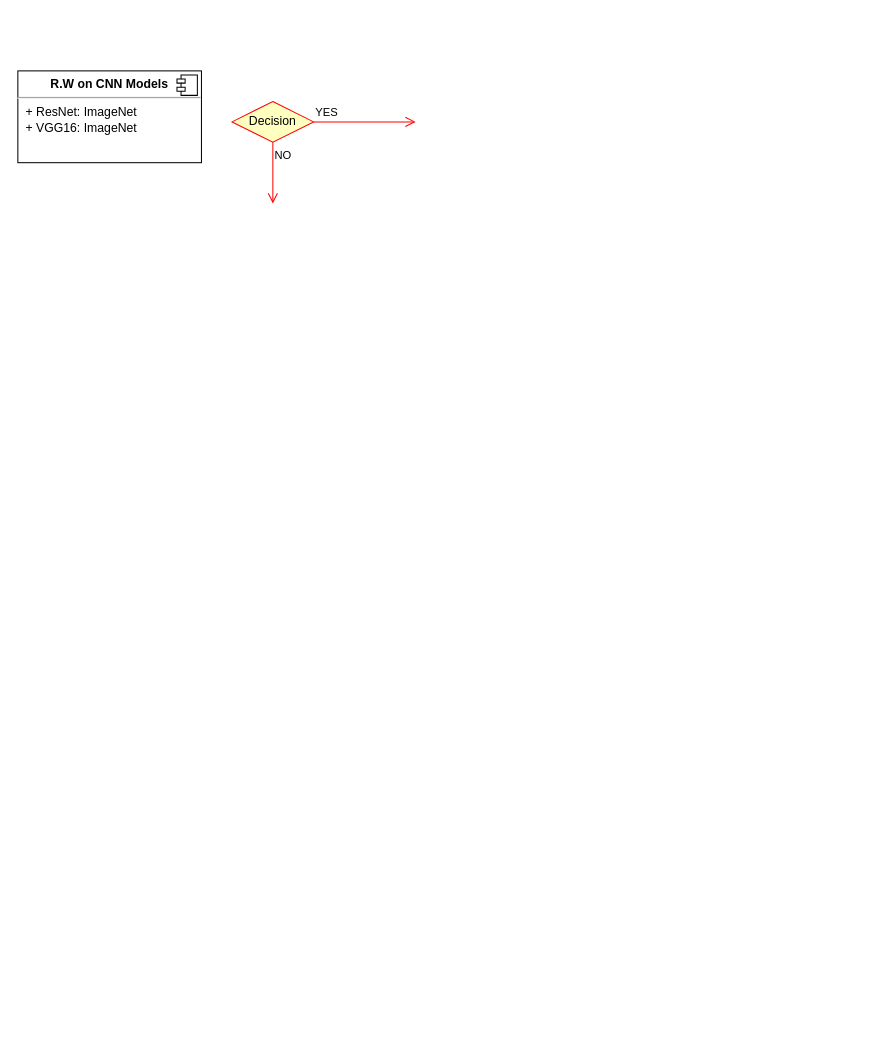
The draw.io diagram Untitled Diagram.drawio in thesaqibmumtaz/Smart_Art, before the edit. Source tidied: cells renumbered, new cells numbered last; positions are measured from the earlier drawing's top-left corner, leaving out a move shared by most shapes. Both pictures are drawn from the tidied source at 102%, with x=0, y=0 at pixel (17, 70).
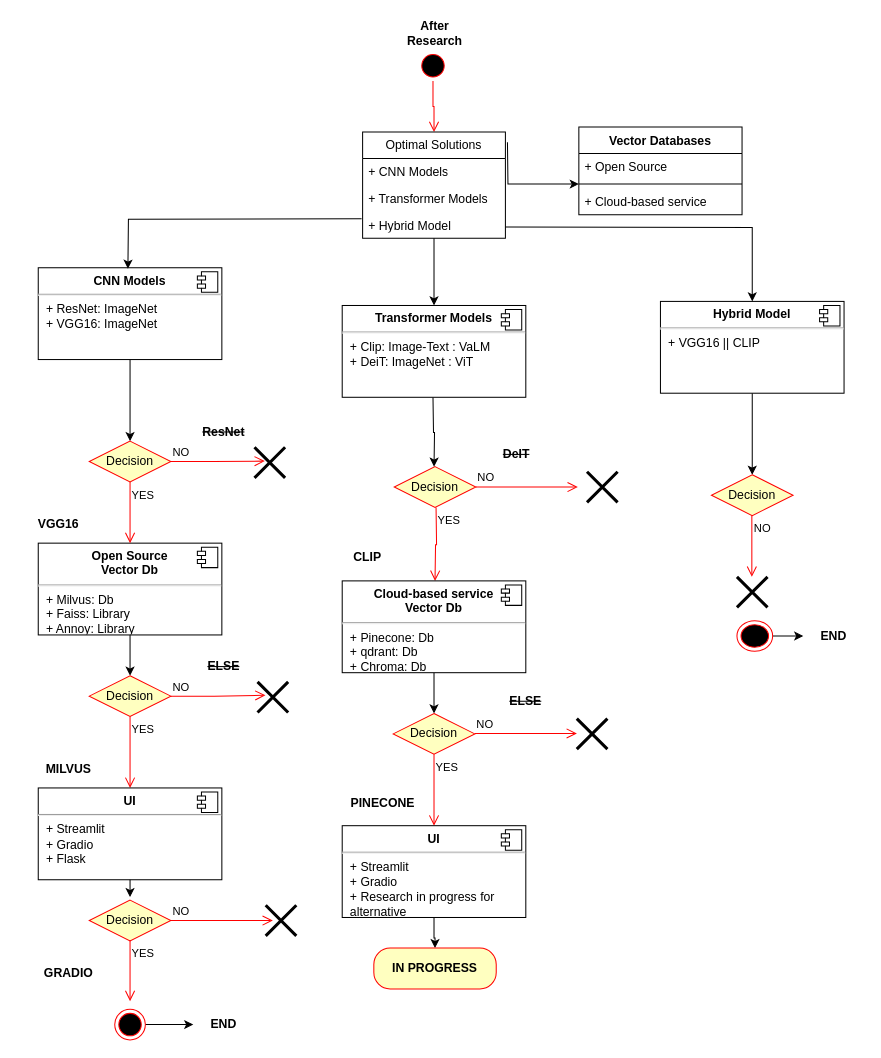
Above is the later version.

What changed in the source:
```diff
@@
+    <mxCell id="7" style="edgeStyle=orthogonalEdgeStyle;rounded=0;jettySize=auto;html=1;exitX=0.5;exitY=1;exitDx=0;exitDy=0;entryX=0.5;entryY=0;entryDx=0;entryDy=0;" parent="1" edge="1" source="2" target="17">
+      <mxGeometry relative="1" as="geometry" />
+    </mxCell>
-    <mxCell id="2" value="&lt;p style=&quot;margin:0px;margin-top:6px;text-align:center;&quot;&gt;&lt;b&gt;R.W on CNN Models&lt;/b&gt;&lt;br&gt;&lt;/p&gt;&lt;hr&gt;&lt;p style=&quot;margin:0px;margin-left:8px;&quot;&gt;+ ResNet: ImageNet&lt;br&gt;+ VGG16: ImageNet&lt;br&gt;&lt;/p&gt;" style="align=left;overflow=fill;html=1;whiteSpace=wrap;" parent="1" vertex="1">
-      <mxGeometry width="180" height="90" as="geometry" />
+    <mxCell id="2" value="&lt;p style=&quot;margin:0px;margin-top:6px;text-align:center;&quot;&gt;&lt;b&gt;CNN Models&lt;/b&gt;&lt;br&gt;&lt;/p&gt;&lt;hr&gt;&lt;p style=&quot;margin:0px;margin-left:8px;&quot;&gt;+ ResNet: ImageNet&lt;br&gt;+ VGG16: ImageNet&lt;br&gt;&lt;/p&gt;" style="align=left;overflow=fill;html=1;whiteSpace=wrap;" parent="1" vertex="1">
+      <mxGeometry x="20" y="193" width="180" height="90" as="geometry" />
     </mxCell>
@@
     <mxCell id="4" value="Decision" style="rhombus;whiteSpace=wrap;html=1;fontColor=#000000;fillColor=#ffffc0;strokeColor=#ff0000;" parent="1" vertex="1">
-      <mxGeometry x="210" y="30" width="80" height="40" as="geometry" />
+      <mxGeometry x="369" y="388" width="80" height="40" as="geometry" />
     </mxCell>
-    <mxCell id="5" value="&lt;div&gt;YES&lt;/div&gt;" style="edgeStyle=orthogonalEdgeStyle;html=1;align=left;verticalAlign=bottom;endArrow=open;endSize=8;strokeColor=#ff0000;rounded=0;" parent="1" edge="1" source="4">
+    <mxCell id="5" value="NO" style="edgeStyle=orthogonalEdgeStyle;html=1;align=left;verticalAlign=bottom;endArrow=open;endSize=8;strokeColor=#ff0000;rounded=0;" parent="1" edge="1">
       <mxGeometry x="-1" relative="1" as="geometry">
-        <mxPoint x="390" y="50" as="targetPoint" />
+        <mxPoint x="448.9" y="408" as="sourcePoint" />
+        <mxPoint x="549" y="408" as="targetPoint" />
       </mxGeometry>
     </mxCell>
-    <mxCell id="6" value="&lt;div&gt;NO&lt;/div&gt;" style="edgeStyle=orthogonalEdgeStyle;html=1;align=left;verticalAlign=top;endArrow=open;endSize=8;strokeColor=#ff0000;rounded=0;" parent="1" edge="1" source="4">
+    <mxCell id="6" value="&lt;div&gt;YES&lt;/div&gt;" style="edgeStyle=orthogonalEdgeStyle;html=1;align=left;verticalAlign=top;endArrow=open;endSize=8;strokeColor=#ff0000;rounded=0;entryX=0.5;entryY=0;entryDx=0;entryDy=0;" parent="1" edge="1">
       <mxGeometry x="-1" relative="1" as="geometry">
-        <mxPoint x="250" y="130" as="targetPoint" />
+        <mxPoint x="410" y="428" as="sourcePoint" />
+        <mxPoint x="409" y="500" as="targetPoint" />
       </mxGeometry>
     </mxCell>
+    <mxCell id="8" style="edgeStyle=orthogonalEdgeStyle;rounded=0;jettySize=auto;html=1;entryX=0.5;entryY=0;entryDx=0;entryDy=0;" parent="1" edge="1" source="9" target="11">
+      <mxGeometry relative="1" as="geometry" />
+    </mxCell>
+    <mxCell id="9" value="&lt;p style=&quot;margin:0px;margin-top:6px;text-align:center;&quot;&gt;&lt;b&gt;Open Source&lt;br&gt;Vector Db&lt;/b&gt;&lt;br&gt;&lt;/p&gt;&lt;hr&gt;&lt;p style=&quot;margin:0px;margin-left:8px;&quot;&gt;+ Milvus: Db&lt;/p&gt;&lt;p style=&quot;margin:0px;margin-left:8px;&quot;&gt;+ Faiss: Library&lt;br&gt;+ Annoy: Library&lt;/p&gt;" style="align=left;overflow=fill;html=1;whiteSpace=wrap;" parent="1" vertex="1">
+      <mxGeometry x="20" y="463" width="180" height="90" as="geometry" />
+    </mxCell>
+    <mxCell id="10" style="shape=component;jettyWidth=8;jettyHeight=4;" parent="9" vertex="1">
+      <mxGeometry x="1" width="20" height="20" relative="1" as="geometry">
+        <mxPoint x="-24" y="4" as="offset" />
+      </mxGeometry>
+    </mxCell>
+    <mxCell id="11" value="Decision" style="rhombus;whiteSpace=wrap;html=1;fontColor=#000000;fillColor=#ffffc0;strokeColor=#ff0000;" parent="1" vertex="1">
+      <mxGeometry x="70" y="593" width="80" height="40" as="geometry" />
+    </mxCell>
+    <mxCell id="12" value="NO" style="edgeStyle=orthogonalEdgeStyle;html=1;align=left;verticalAlign=bottom;endArrow=open;endSize=8;strokeColor=#ff0000;rounded=0;entryX=0.259;entryY=0.438;entryDx=0;entryDy=0;entryPerimeter=0;" parent="1" edge="1" source="11" target="45">
+      <mxGeometry x="-1" relative="1" as="geometry" />
+    </mxCell>
+    <mxCell id="13" value="YES" style="edgeStyle=orthogonalEdgeStyle;html=1;align=left;verticalAlign=top;endArrow=open;endSize=8;strokeColor=#ff0000;rounded=0;entryX=0.5;entryY=0;entryDx=0;entryDy=0;" parent="1" edge="1" source="11" target="15">
+      <mxGeometry x="-1" relative="1" as="geometry" />
+    </mxCell>
+    <mxCell id="14" style="edgeStyle=orthogonalEdgeStyle;rounded=0;orthogonalLoop=1;jettySize=auto;html=1;" parent="1" edge="1">
+      <mxGeometry relative="1" as="geometry">
+        <mxPoint x="110" y="792" as="sourcePoint" />
+        <mxPoint x="110" y="810" as="targetPoint" />
+      </mxGeometry>
+    </mxCell>
+    <mxCell id="15" value="&lt;p style=&quot;margin:0px;margin-top:6px;text-align:center;&quot;&gt;&lt;b&gt;UI&lt;/b&gt;&lt;br&gt;&lt;/p&gt;&lt;hr&gt;&lt;p style=&quot;margin:0px;margin-left:8px;&quot;&gt;+ Streamlit&lt;/p&gt;&lt;p style=&quot;margin:0px;margin-left:8px;&quot;&gt;+ Gradio&lt;br&gt;+ Flask&lt;br&gt;&lt;/p&gt;" style="align=left;overflow=fill;html=1;whiteSpace=wrap;" parent="1" vertex="1">
+      <mxGeometry x="20" y="703" width="180" height="90" as="geometry" />
+    </mxCell>
+    <mxCell id="16" style="shape=component;jettyWidth=8;jettyHeight=4;" parent="15" vertex="1">
+      <mxGeometry x="1" width="20" height="20" relative="1" as="geometry">
+        <mxPoint x="-24" y="4" as="offset" />
+      </mxGeometry>
+    </mxCell>
+    <mxCell id="17" value="Decision" style="rhombus;whiteSpace=wrap;html=1;fontColor=#000000;fillColor=#ffffc0;strokeColor=#ff0000;" parent="1" vertex="1">
+      <mxGeometry x="70" y="363" width="80" height="40" as="geometry" />
+    </mxCell>
+    <mxCell id="18" value="NO" style="edgeStyle=orthogonalEdgeStyle;html=1;align=left;verticalAlign=bottom;endArrow=open;endSize=8;strokeColor=#ff0000;rounded=0;entryX=0.338;entryY=0.452;entryDx=0;entryDy=0;entryPerimeter=0;" parent="1" edge="1" source="17" target="44">
+      <mxGeometry x="-1" relative="1" as="geometry" />
+    </mxCell>
+    <mxCell id="19" value="YES" style="edgeStyle=orthogonalEdgeStyle;html=1;align=left;verticalAlign=top;endArrow=open;endSize=8;strokeColor=#ff0000;rounded=0;entryX=0.5;entryY=0;entryDx=0;entryDy=0;" parent="1" edge="1" source="17" target="9">
+      <mxGeometry x="-1" relative="1" as="geometry" />
+    </mxCell>
+    <mxCell id="20" style="ellipse;html=1;shape=startState;fillColor=#000000;strokeColor=#ff0000;" parent="1" vertex="1">
+      <mxGeometry x="392" y="-20" width="30" height="30" as="geometry" />
+    </mxCell>
+    <mxCell id="21" style="edgeStyle=orthogonalEdgeStyle;html=1;verticalAlign=bottom;endArrow=open;endSize=8;strokeColor=#ff0000;rounded=0;entryX=0.5;entryY=0;entryDx=0;entryDy=0;" parent="1" edge="1" source="20" target="23">
+      <mxGeometry relative="1" as="geometry" />
+    </mxCell>
+    <mxCell id="22" style="edgeStyle=orthogonalEdgeStyle;rounded=0;jettySize=auto;html=1;" parent="1" edge="1" source="23" target="34">
+      <mxGeometry relative="1" as="geometry" />
+    </mxCell>
+    <mxCell id="23" value="Optimal Solutions" style="swimlane;fontStyle=0;horizontal=1;startSize=26;fillColor=none;whiteSpace=wrap;html=1;" parent="1" vertex="1">
+      <mxGeometry x="338" y="60" width="140" height="104" as="geometry" />
+    </mxCell>
+    <mxCell id="24" value="&lt;div&gt;+ CNN Models&lt;/div&gt;&lt;div&gt;&lt;br&gt;&lt;/div&gt;&lt;div&gt;&lt;br&gt;&lt;/div&gt;&lt;div&gt;&lt;br&gt;&lt;/div&gt;" style="text;strokeColor=none;fillColor=none;align=left;verticalAlign=top;spacingLeft=4;spacingRight=4;overflow=hidden;whiteSpace=wrap;html=1;" parent="23" vertex="1">
+      <mxGeometry y="26" width="140" height="26" as="geometry" />
+    </mxCell>
+    <mxCell id="25" value="+ Transformer Models" style="text;strokeColor=none;fillColor=none;align=left;verticalAlign=top;spacingLeft=4;spacingRight=4;overflow=hidden;whiteSpace=wrap;html=1;" parent="23" vertex="1">
+      <mxGeometry y="52" width="140" height="26" as="geometry" />
+    </mxCell>
+    <mxCell id="26" value="+ Hybrid Model" style="text;strokeColor=none;fillColor=none;align=left;verticalAlign=top;spacingLeft=4;spacingRight=4;overflow=hidden;whiteSpace=wrap;html=1;" parent="23" vertex="1">
+      <mxGeometry y="78" width="140" height="26" as="geometry" />
+    </mxCell>
+    <mxCell id="27" value="Vector Databases" style="swimlane;fontStyle=1;align=center;verticalAlign=top;horizontal=1;startSize=26;whiteSpace=wrap;html=1;" parent="1" vertex="1">
+      <mxGeometry x="550" y="55" width="160" height="86" as="geometry" />
+    </mxCell>
+    <mxCell id="28" value="+ Open Source" style="text;strokeColor=none;fillColor=none;align=left;verticalAlign=top;spacingLeft=4;spacingRight=4;overflow=hidden;points=[[0,0.5],[1,0.5]];portConstraint=eastwest;whiteSpace=wrap;html=1;" parent="27" vertex="1">
+      <mxGeometry y="26" width="160" height="26" as="geometry" />
+    </mxCell>
+    <mxCell id="29" style="line;strokeWidth=1;fillColor=none;align=left;verticalAlign=middle;spacingTop=-1;spacingLeft=3;spacingRight=3;labelPosition=right;strokeColor=inherit;" parent="27" vertex="1">
+      <mxGeometry y="52" width="160" height="8" as="geometry" />
+    </mxCell>
+    <mxCell id="30" value="&lt;div&gt;+ Cloud-based service&lt;div&gt;&lt;br&gt;&lt;br&gt;&lt;/div&gt;&lt;/div&gt;&lt;div&gt;&lt;br&gt;&lt;/div&gt;" style="text;strokeColor=none;fillColor=none;align=left;verticalAlign=top;spacingLeft=4;spacingRight=4;overflow=hidden;whiteSpace=wrap;html=1;" parent="27" vertex="1">
+      <mxGeometry y="60" width="160" height="26" as="geometry" />
+    </mxCell>
+    <mxCell id="31" style="edgeStyle=orthogonalEdgeStyle;rounded=0;jettySize=auto;html=1;entryX=0;entryY=1.154;entryDx=0;entryDy=0;entryPerimeter=0;" parent="1" edge="1" target="28">
+      <mxGeometry relative="1" as="geometry">
+        <mxPoint x="480" y="70" as="sourcePoint" />
+      </mxGeometry>
+    </mxCell>
+    <mxCell id="32" style="edgeStyle=orthogonalEdgeStyle;rounded=0;orthogonalLoop=1;jettySize=auto;html=1;exitX=0;exitY=0.5;exitDx=0;exitDy=0;entryX=0.494;entryY=0.078;entryDx=0;entryDy=0;entryPerimeter=0;" parent="1" edge="1">
+      <mxGeometry relative="1" as="geometry">
+        <mxPoint x="337" y="145" as="sourcePoint" />
+        <mxPoint x="107.9" y="194" as="targetPoint" />
+      </mxGeometry>
+    </mxCell>
+    <mxCell id="33" style="edgeStyle=orthogonalEdgeStyle;rounded=0;orthogonalLoop=1;jettySize=auto;html=1;exitX=0.5;exitY=1;exitDx=0;exitDy=0;entryX=0.5;entryY=0;entryDx=0;entryDy=0;" parent="1" edge="1">
+      <mxGeometry relative="1" as="geometry">
+        <mxPoint x="407" y="320" as="sourcePoint" />
+        <mxPoint x="408" y="388" as="targetPoint" />
+      </mxGeometry>
+    </mxCell>
+    <mxCell id="34" value="&lt;p style=&quot;margin:0px;margin-top:6px;text-align:center;&quot;&gt;&lt;b&gt;Transformer Models&lt;/b&gt;&lt;br&gt;&lt;/p&gt;&lt;hr&gt;&lt;p style=&quot;margin:0px;margin-left:8px;&quot;&gt;+ Clip: Image-Text : VaLM&lt;br&gt;+ DeiT: ImageNet : ViT&lt;br&gt;&lt;/p&gt;" style="align=left;overflow=fill;html=1;whiteSpace=wrap;" parent="1" vertex="1">
+      <mxGeometry x="318" y="230" width="180" height="90" as="geometry" />
+    </mxCell>
+    <mxCell id="35" style="shape=component;jettyWidth=8;jettyHeight=4;" parent="34" vertex="1">
+      <mxGeometry x="1" width="20" height="20" relative="1" as="geometry">
+        <mxPoint x="-24" y="4" as="offset" />
+      </mxGeometry>
+    </mxCell>
+    <mxCell id="36" style="edgeStyle=orthogonalEdgeStyle;rounded=0;jettySize=auto;html=1;entryX=0.5;entryY=0;entryDx=0;entryDy=0;" parent="1" edge="1" source="37" target="39">
+      <mxGeometry relative="1" as="geometry" />
+    </mxCell>
+    <mxCell id="37" value="&lt;p style=&quot;margin:0px;margin-top:6px;text-align:center;&quot;&gt;&lt;b&gt;Cloud-based service&lt;br&gt;Vector Db&lt;/b&gt;&lt;br&gt;&lt;/p&gt;&lt;hr&gt;&lt;p style=&quot;margin:0px;margin-left:8px;&quot;&gt;+ Pinecone: Db&lt;/p&gt;&lt;p style=&quot;margin:0px;margin-left:8px;&quot;&gt;+ qdrant: Db&lt;br&gt;+ Chroma: Db&lt;/p&gt;&lt;p style=&quot;margin:0px;margin-left:8px;&quot;&gt;&lt;br&gt;&lt;/p&gt;" style="align=left;overflow=fill;html=1;whiteSpace=wrap;" parent="1" vertex="1">
+      <mxGeometry x="318" y="500" width="180" height="90" as="geometry" />
+    </mxCell>
+    <mxCell id="38" style="shape=component;jettyWidth=8;jettyHeight=4;" parent="37" vertex="1">
+      <mxGeometry x="1" width="20" height="20" relative="1" as="geometry">
+        <mxPoint x="-24" y="4" as="offset" />
+      </mxGeometry>
+    </mxCell>
+    <mxCell id="39" value="Decision" style="rhombus;whiteSpace=wrap;html=1;fontColor=#000000;fillColor=#ffffc0;strokeColor=#ff0000;" parent="1" vertex="1">
+      <mxGeometry x="368" y="630" width="80" height="40" as="geometry" />
+    </mxCell>
+    <mxCell id="40" value="&lt;div&gt;YES&lt;/div&gt;" style="edgeStyle=orthogonalEdgeStyle;html=1;align=left;verticalAlign=top;endArrow=open;endSize=8;strokeColor=#ff0000;rounded=0;entryX=0.5;entryY=0;entryDx=0;entryDy=0;" parent="1" edge="1" source="39" target="42">
+      <mxGeometry x="-1" relative="1" as="geometry" />
+    </mxCell>
+    <mxCell id="41" style="edgeStyle=orthogonalEdgeStyle;rounded=0;jettySize=auto;html=1;entryX=0.5;entryY=0;entryDx=0;entryDy=0;" parent="1" edge="1" source="42" target="68">
+      <mxGeometry relative="1" as="geometry" />
+    </mxCell>
+    <mxCell id="42" value="&lt;p style=&quot;margin:0px;margin-top:6px;text-align:center;&quot;&gt;&lt;b&gt;UI&lt;/b&gt;&lt;br&gt;&lt;/p&gt;&lt;hr&gt;&lt;p style=&quot;margin:0px;margin-left:8px;&quot;&gt;+ Streamlit&lt;/p&gt;&lt;p style=&quot;margin:0px;margin-left:8px;&quot;&gt;+ Gradio&lt;br&gt;+ Research in progress for alternative&lt;br&gt;&lt;/p&gt;" style="align=left;overflow=fill;html=1;whiteSpace=wrap;" parent="1" vertex="1">
+      <mxGeometry x="318" y="740" width="180" height="90" as="geometry" />
+    </mxCell>
+    <mxCell id="43" style="shape=component;jettyWidth=8;jettyHeight=4;" parent="42" vertex="1">
+      <mxGeometry x="1" width="20" height="20" relative="1" as="geometry">
+        <mxPoint x="-24" y="4" as="offset" />
+      </mxGeometry>
+    </mxCell>
+    <mxCell id="44" style="shape=umlDestroy;whiteSpace=wrap;html=1;strokeWidth=3;targetShapes=umlLifeline;" parent="1" vertex="1">
+      <mxGeometry x="232" y="369" width="30" height="30" as="geometry" />
+    </mxCell>
+    <mxCell id="45" style="shape=umlDestroy;whiteSpace=wrap;html=1;strokeWidth=3;targetShapes=umlLifeline;" parent="1" vertex="1">
+      <mxGeometry x="235" y="599" width="30" height="30" as="geometry" />
+    </mxCell>
+    <mxCell id="46" style="shape=umlDestroy;whiteSpace=wrap;html=1;strokeWidth=3;targetShapes=umlLifeline;" parent="1" vertex="1">
+      <mxGeometry x="558" y="393" width="30" height="30" as="geometry" />
+    </mxCell>
+    <mxCell id="47" value="NO" style="edgeStyle=orthogonalEdgeStyle;html=1;align=left;verticalAlign=bottom;endArrow=open;endSize=8;strokeColor=#ff0000;rounded=0;" parent="1" edge="1">
+      <mxGeometry x="-1" relative="1" as="geometry">
+        <mxPoint x="448" y="649.6" as="sourcePoint" />
+        <mxPoint x="548.1" y="649.6" as="targetPoint" />
+      </mxGeometry>
+    </mxCell>
+    <mxCell id="48" style="edgeStyle=orthogonalEdgeStyle;rounded=0;jettySize=auto;html=1;exitX=0.5;exitY=1;exitDx=0;exitDy=0;entryX=0.5;entryY=0;entryDx=0;entryDy=0;" parent="1" edge="1" source="49" target="51">
+      <mxGeometry relative="1" as="geometry" />
+    </mxCell>
+    <mxCell id="49" value="&lt;p style=&quot;margin:0px;margin-top:6px;text-align:center;&quot;&gt;&lt;b&gt;Hybrid Model&lt;/b&gt;&lt;br&gt;&lt;/p&gt;&lt;hr&gt;&lt;p style=&quot;margin:0px;margin-left:8px;&quot;&gt;+ VGG16 || CLIP&lt;br&gt;&lt;/p&gt;" style="align=left;overflow=fill;html=1;whiteSpace=wrap;" parent="1" vertex="1">
+      <mxGeometry x="630" y="226" width="180" height="90" as="geometry" />
+    </mxCell>
+    <mxCell id="50" style="shape=component;jettyWidth=8;jettyHeight=4;" parent="49" vertex="1">
+      <mxGeometry x="1" width="20" height="20" relative="1" as="geometry">
+        <mxPoint x="-24" y="4" as="offset" />
+      </mxGeometry>
+    </mxCell>
+    <mxCell id="51" value="Decision" style="rhombus;whiteSpace=wrap;html=1;fontColor=#000000;fillColor=#ffffc0;strokeColor=#ff0000;" parent="1" vertex="1">
+      <mxGeometry x="680" y="396" width="80" height="40" as="geometry" />
+    </mxCell>
+    <mxCell id="52" style="shape=umlDestroy;whiteSpace=wrap;html=1;strokeWidth=3;targetShapes=umlLifeline;" parent="1" vertex="1">
+      <mxGeometry x="705" y="496" width="30" height="30" as="geometry" />
+    </mxCell>
+    <mxCell id="53" style="edgeStyle=orthogonalEdgeStyle;rounded=0;jettySize=auto;html=1;entryX=0.5;entryY=0;entryDx=0;entryDy=0;" parent="1" edge="1" target="49">
+      <mxGeometry relative="1" as="geometry">
+        <mxPoint x="478" y="153" as="sourcePoint" />
+      </mxGeometry>
+    </mxCell>
+    <mxCell id="54" value="&lt;div&gt;NO&lt;/div&gt;" style="edgeStyle=orthogonalEdgeStyle;html=1;align=left;verticalAlign=top;endArrow=open;endSize=8;strokeColor=#ff0000;rounded=0;" parent="1" edge="1">
+      <mxGeometry x="-1" relative="1" as="geometry">
+        <mxPoint x="719.6" y="436" as="sourcePoint" />
+        <mxPoint x="719.6" y="496" as="targetPoint" />
+      </mxGeometry>
+    </mxCell>
+    <mxCell id="55" value="&lt;b&gt;VGG16&lt;/b&gt;" style="text;html=1;strokeColor=none;fillColor=none;align=center;verticalAlign=middle;whiteSpace=wrap;rounded=0;" parent="1" vertex="1">
+      <mxGeometry x="10" y="430" width="60" height="30" as="geometry" />
+    </mxCell>
+    <mxCell id="56" value="&lt;strike&gt;&lt;b&gt;ResNet&lt;/b&gt;&lt;/strike&gt;" style="text;html=1;strokeColor=none;fillColor=none;align=center;verticalAlign=middle;whiteSpace=wrap;rounded=0;" parent="1" vertex="1">
+      <mxGeometry x="172" y="339" width="60" height="30" as="geometry" />
+    </mxCell>
+    <mxCell id="57" value="&lt;b&gt;MILVUS&lt;/b&gt;" style="text;html=1;strokeColor=none;fillColor=none;align=center;verticalAlign=middle;whiteSpace=wrap;rounded=0;" parent="1" vertex="1">
+      <mxGeometry x="20" y="670" width="60" height="30" as="geometry" />
+    </mxCell>
+    <mxCell id="58" value="&lt;strike&gt;&lt;b&gt;ELSE&lt;/b&gt;&lt;/strike&gt;" style="text;html=1;strokeColor=none;fillColor=none;align=center;verticalAlign=middle;whiteSpace=wrap;rounded=0;" parent="1" vertex="1">
+      <mxGeometry x="172" y="569" width="60" height="30" as="geometry" />
+    </mxCell>
+    <mxCell id="59" value="&lt;b&gt;CLIP&lt;/b&gt;" style="text;html=1;strokeColor=none;fillColor=none;align=center;verticalAlign=middle;whiteSpace=wrap;rounded=0;" parent="1" vertex="1">
+      <mxGeometry x="313" y="462" width="60" height="30" as="geometry" />
+    </mxCell>
+    <mxCell id="60" value="&lt;div&gt;&lt;b&gt;PINECONE&lt;/b&gt;&lt;/div&gt;" style="text;html=1;strokeColor=none;fillColor=none;align=center;verticalAlign=middle;whiteSpace=wrap;rounded=0;" parent="1" vertex="1">
+      <mxGeometry x="328" y="703" width="60" height="30" as="geometry" />
+    </mxCell>
+    <mxCell id="61" value="&lt;div&gt;Decision&lt;/div&gt;" style="rhombus;whiteSpace=wrap;html=1;fontColor=#000000;fillColor=#ffffc0;strokeColor=#ff0000;" parent="1" vertex="1">
+      <mxGeometry x="70" y="813" width="80" height="40" as="geometry" />
+    </mxCell>
+    <mxCell id="62" value="NO" style="edgeStyle=orthogonalEdgeStyle;html=1;align=left;verticalAlign=bottom;endArrow=open;endSize=8;strokeColor=#ff0000;rounded=0;" parent="1" edge="1" source="61">
+      <mxGeometry x="-1" relative="1" as="geometry">
+        <mxPoint x="250" y="833" as="targetPoint" />
+      </mxGeometry>
+    </mxCell>
+    <mxCell id="63" value="&lt;div&gt;YES&lt;/div&gt;" style="edgeStyle=orthogonalEdgeStyle;html=1;align=left;verticalAlign=top;endArrow=open;endSize=8;strokeColor=#ff0000;rounded=0;" parent="1" edge="1">
+      <mxGeometry x="-1" relative="1" as="geometry">
+        <mxPoint x="110" y="852" as="sourcePoint" />
+        <mxPoint x="110" y="912" as="targetPoint" />
+      </mxGeometry>
+    </mxCell>
+    <mxCell id="64" style="shape=umlDestroy;whiteSpace=wrap;html=1;strokeWidth=3;targetShapes=umlLifeline;" parent="1" vertex="1">
+      <mxGeometry x="548" y="635" width="30" height="30" as="geometry" />
+    </mxCell>
+    <mxCell id="65" value="&lt;strike&gt;&lt;b&gt;DeIT&lt;/b&gt;&lt;/strike&gt;" style="text;html=1;strokeColor=none;fillColor=none;align=center;verticalAlign=middle;whiteSpace=wrap;rounded=0;" parent="1" vertex="1">
+      <mxGeometry x="459" y="361" width="60" height="30" as="geometry" />
+    </mxCell>
+    <mxCell id="66" value="&lt;strike&gt;&lt;b&gt;ELSE&lt;/b&gt;&lt;/strike&gt;" style="text;html=1;strokeColor=none;fillColor=none;align=center;verticalAlign=middle;whiteSpace=wrap;rounded=0;" parent="1" vertex="1">
+      <mxGeometry x="468" y="603" width="60" height="30" as="geometry" />
+    </mxCell>
+    <mxCell id="67" value="&lt;b&gt;GRADIO&lt;/b&gt;" style="text;html=1;strokeColor=none;fillColor=none;align=center;verticalAlign=middle;whiteSpace=wrap;rounded=0;" parent="1" vertex="1">
+      <mxGeometry x="20" y="870" width="60" height="30" as="geometry" />
+    </mxCell>
+    <mxCell id="68" value="&lt;b&gt;IN PROGRESS&lt;br&gt;&lt;/b&gt;" style="rounded=1;whiteSpace=wrap;html=1;arcSize=40;fontColor=#000000;fillColor=#ffffc0;strokeColor=#ff0000;" parent="1" vertex="1">
+      <mxGeometry x="349" y="860" width="120" height="40" as="geometry" />
+    </mxCell>
+    <mxCell id="69" style="edgeStyle=orthogonalEdgeStyle;rounded=0;jettySize=auto;html=1;entryX=0;entryY=0.5;entryDx=0;entryDy=0;" parent="1" edge="1" source="70" target="73">
+      <mxGeometry relative="1" as="geometry" />
+    </mxCell>
+    <mxCell id="70" style="ellipse;html=1;shape=endState;fillColor=#000000;strokeColor=#ff0000;" parent="1" vertex="1">
+      <mxGeometry x="95" y="920" width="30" height="30" as="geometry" />
+    </mxCell>
+    <mxCell id="71" style="edgeStyle=orthogonalEdgeStyle;rounded=0;jettySize=auto;html=1;entryX=0;entryY=0.5;entryDx=0;entryDy=0;" parent="1" edge="1" source="72" target="75">
+      <mxGeometry relative="1" as="geometry" />
+    </mxCell>
+    <mxCell id="72" style="ellipse;html=1;shape=endState;fillColor=#000000;strokeColor=#ff0000;" parent="1" vertex="1">
+      <mxGeometry x="705" y="539" width="35" height="30" as="geometry" />
+    </mxCell>
+    <mxCell id="73" value="&lt;b&gt;END&lt;/b&gt;" style="text;html=1;strokeColor=none;fillColor=none;align=center;verticalAlign=middle;whiteSpace=wrap;rounded=0;" parent="1" vertex="1">
+      <mxGeometry x="172" y="920" width="60" height="30" as="geometry" />
+    </mxCell>
+    <mxCell id="74" style="shape=umlDestroy;whiteSpace=wrap;html=1;strokeWidth=3;targetShapes=umlLifeline;" parent="1" vertex="1">
+      <mxGeometry x="243" y="818" width="30" height="30" as="geometry" />
+    </mxCell>
+    <mxCell id="75" value="&lt;b&gt;END&lt;/b&gt;" style="text;html=1;strokeColor=none;fillColor=none;align=center;verticalAlign=middle;whiteSpace=wrap;rounded=0;" parent="1" vertex="1">
+      <mxGeometry x="770" y="539" width="60" height="30" as="geometry" />
+    </mxCell>
+    <mxCell id="76" value="&lt;b&gt;After Research&lt;br&gt;&lt;/b&gt;" style="text;html=1;strokeColor=none;fillColor=none;align=center;verticalAlign=middle;whiteSpace=wrap;rounded=0;" parent="1" vertex="1">
+      <mxGeometry x="379" y="-52" width="60" height="30" as="geometry" />
+    </mxCell>
```
